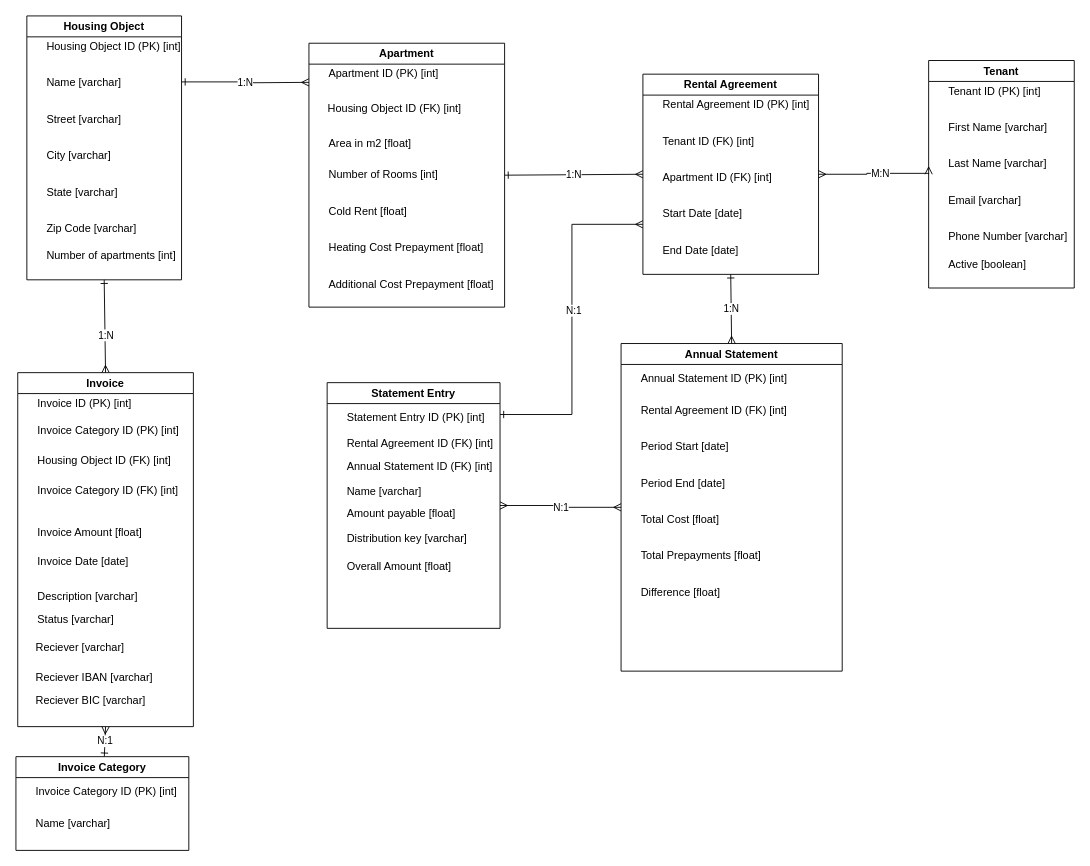
This is docs/ERM-Tenant-Management.drawio from Ainges/DPE-2024-Backend, a draw.io file, before an edit. Source tidied: cells renumbered, new cells numbered last; positions are measured from the earlier drawing's top-left corner, leaving out a move shared by most shapes. Both pictures are drawn from the tidied source at 91%, with x=0, y=0 at pixel (15, 15).
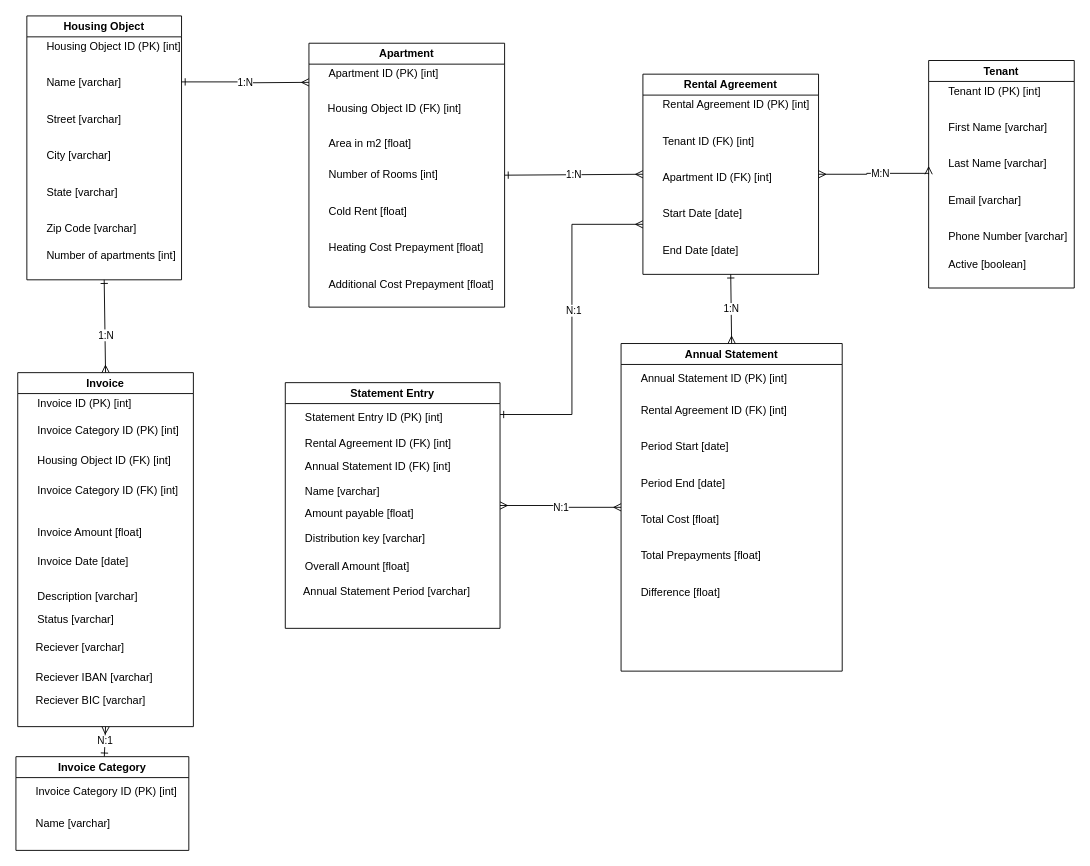
The same page after the edit.

Diff of the diagram source:
```diff
@@
     <mxCell id="58" value="Statement Entry" style="swimlane;whiteSpace=wrap;html=1;" parent="1" vertex="1">
-      <mxGeometry x="342" y="403" width="190" height="270" as="geometry" />
+      <mxGeometry x="296" y="403" width="236" height="270" as="geometry" />
     </mxCell>
@@
+    <mxCell id="72" value="Annual Statement Period [varchar]" style="text;" parent="58" vertex="1">
+      <mxGeometry x="18" y="216" width="120" height="30" as="geometry" />
+    </mxCell>
```
